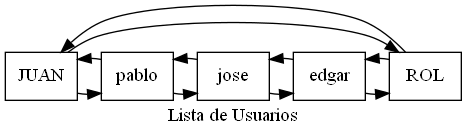
This is Fase 1/Usuarios.png from EdgarAlvarez-ROL/-EDD_2S-BatallaNaval_202001144, a Graphviz export, as it was before one commit. Its source is kept beside it as Fase 1/Usuarios.dot.
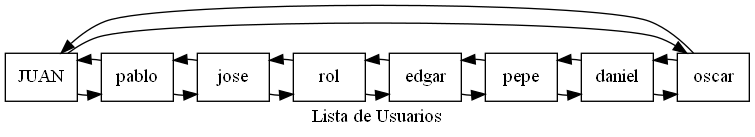
The same file after the commit.

Diff of the diagram source:
```diff
@@ -4,13 +4,16 @@
 UJUAN[label="JUAN"];
 Upablo[label="pablo"];
 Ujose[label="jose"];
+Urol[label="rol"];
 Uedgar[label="edgar"];
-UROL[label="ROL"];
+Upepe[label="pepe"];
+Udaniel[label="daniel"];
+Uoscar[label="oscar"];
 {rank=same;
-UJUAN->Upablo->Ujose->Uedgar->UROL
-UROL->Uedgar->Ujose->Upablo->UJUAN
-UJUAN->UROL
-UROL->UJUAN
+UJUAN->Upablo->Ujose->Urol->Uedgar->Upepe->Udaniel->Uoscar
+Uoscar->Udaniel->Upepe->Uedgar->Urol->Ujose->Upablo->UJUAN
+UJUAN->Uoscar
+Uoscar->UJUAN
 
 }
 }
```
